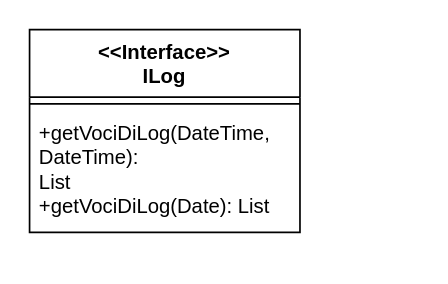
This is uml/Log Int.drawio from Iannicc/Pet-Party, a draw.io file, before an edit. Source tidied: cells renumbered, new cells numbered last; positions are measured from the earlier drawing's top-left corner, leaving out a move shared by most shapes. Both pictures are drawn from the tidied source at 169%, with x=0, y=0 at pixel (29, 29).
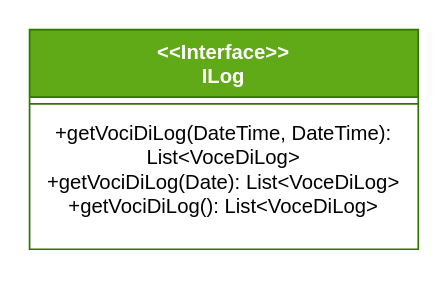
Above is the later version.

The edit, as a diff of the source:
```diff
@@
 <mxGraphModel>
   <root>
     <mxCell id="0" />
     <mxCell id="1" parent="0" />
-    <mxCell id="2" value="&amp;lt;&amp;lt;Interface&amp;gt;&amp;gt;&lt;br&gt;ILog" style="swimlane;fontStyle=1;align=center;verticalAlign=top;horizontal=1;startSize=40;whiteSpace=wrap;html=1;" parent="1" vertex="1">
-      <mxGeometry width="160" height="120" as="geometry" />
+    <mxCell id="2" value="&amp;lt;&amp;lt;Interface&amp;gt;&amp;gt;&lt;br&gt;ILog" style="swimlane;fontStyle=1;align=center;verticalAlign=top;horizontal=1;startSize=40;whiteSpace=wrap;html=1;fillColor=#60a917;fontColor=#ffffff;strokeColor=#2D7600;" parent="1" vertex="1">
+      <mxGeometry width="230" height="130" as="geometry" />
     </mxCell>
     <mxCell id="3" style="line;strokeWidth=1;fillColor=none;align=left;verticalAlign=middle;spacingTop=-1;spacingLeft=3;spacingRight=3;labelPosition=right;strokeColor=inherit;" parent="2" vertex="1">
-      <mxGeometry y="40" width="160" height="8" as="geometry" />
+      <mxGeometry y="40" width="230" height="8" as="geometry" />
     </mxCell>
-    <mxCell id="4" value="+getVociDiLog(DateTime, DateTime):&lt;br/&gt;List&lt;br/&gt;+getVociDiLog(Date): List" style="text;strokeColor=none;fillColor=none;align=left;verticalAlign=top;spacingLeft=4;spacingRight=4;overflow=hidden;whiteSpace=wrap;html=1;" parent="2" vertex="1">
-      <mxGeometry y="48" width="160" height="72" as="geometry" />
+    <mxCell id="4" value="+getVociDiLog(DateTime, DateTime): List&amp;lt;VoceDiLog&amp;gt;&lt;br&gt;&lt;div&gt;+getVociDiLog(Date): List&amp;lt;VoceDiLog&amp;gt;&lt;/div&gt;&lt;div&gt;+getVociDiLog(): List&amp;lt;VoceDiLog&amp;gt;&lt;/div&gt;" style="text;strokeColor=none;fillColor=none;align=center;verticalAlign=top;spacingLeft=4;spacingRight=4;overflow=hidden;whiteSpace=wrap;html=1;" parent="2" vertex="1">
+      <mxGeometry y="48" width="230" height="82" as="geometry" />
     </mxCell>
   </root>
 </mxGraphModel>
```
